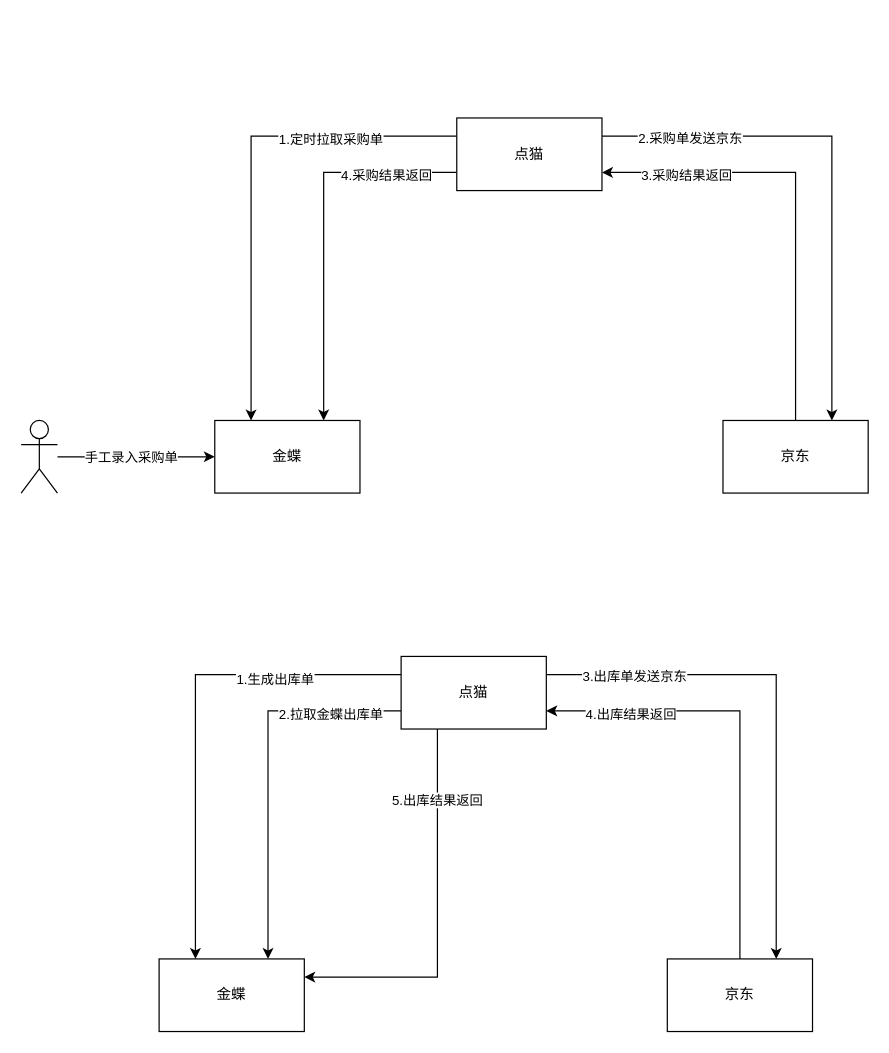
Earlier version of the draw.io diagram kingdee-jd-business.drawio (yindongjun/drawio-2). Source tidied: cells renumbered, new cells numbered last; positions are measured from the earlier drawing's top-left corner, leaving out a move shared by most shapes. Both pictures are drawn from the tidied source at 121%, with x=0, y=0 at pixel (21, 117).
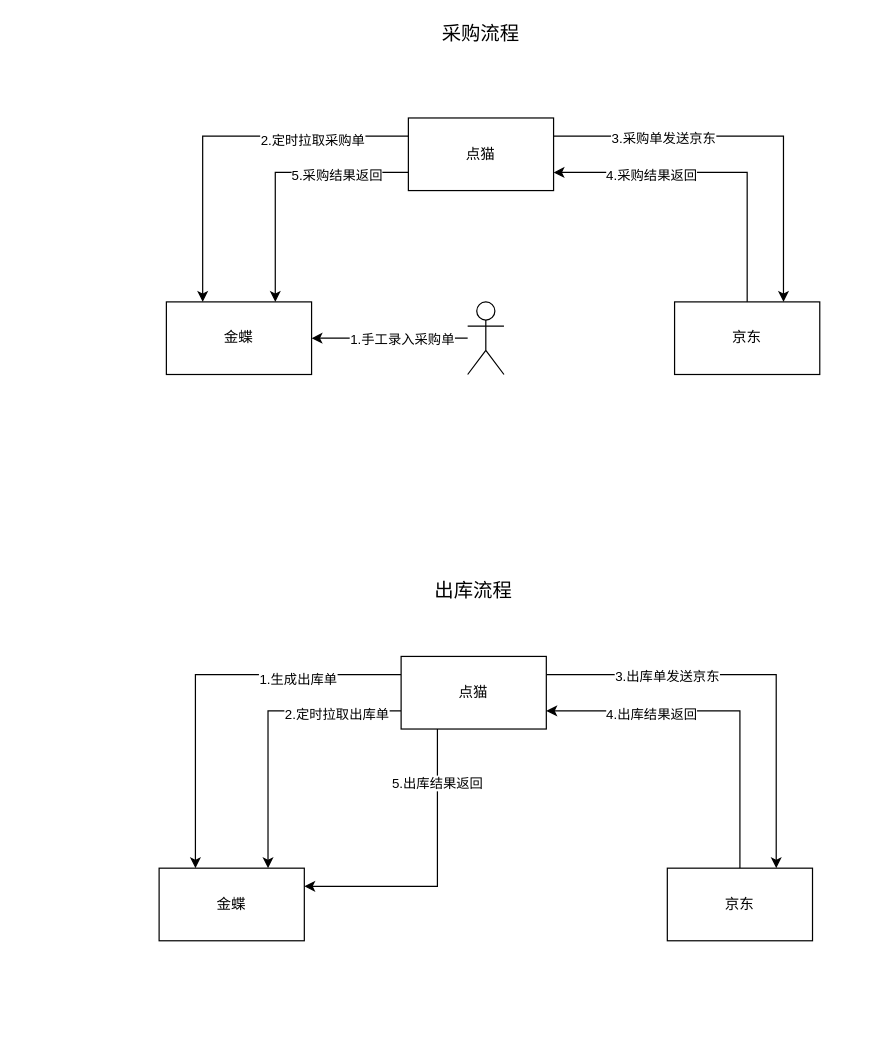
Above is the later version.

The change refers to these unchanged cells:
```xml
<mxCell id="2" style="edgeStyle=orthogonalEdgeStyle;rounded=0;jettySize=auto;html=1;exitX=0;exitY=0.25;exitDx=0;exitDy=0;entryX=0.25;entryY=0;entryDx=0;entryDy=0;" parent="1" edge="1" source="8" target="9">
  <mxGeometry relative="1" as="geometry" />
</mxCell>
<mxCell id="4" style="edgeStyle=orthogonalEdgeStyle;rounded=0;jettySize=auto;html=1;exitX=1;exitY=0.25;exitDx=0;exitDy=0;entryX=0.75;entryY=0;entryDx=0;entryDy=0;" parent="1" edge="1" source="8" target="12">
  <mxGeometry relative="1" as="geometry" />
</mxCell>
<mxCell id="6" style="edgeStyle=orthogonalEdgeStyle;rounded=0;jettySize=auto;html=1;exitX=0;exitY=0.75;exitDx=0;exitDy=0;entryX=0.75;entryY=0;entryDx=0;entryDy=0;" parent="1" edge="1" source="8" target="9">
  <mxGeometry relative="1" as="geometry" />
</mxCell>
<mxCell id="18" style="edgeStyle=orthogonalEdgeStyle;rounded=0;jettySize=auto;html=1;exitX=1;exitY=0.25;exitDx=0;exitDy=0;entryX=0.75;entryY=0;entryDx=0;entryDy=0;" parent="1" edge="1" source="24" target="28">
  <mxGeometry relative="1" as="geometry" />
</mxCell>
<mxCell id="20" style="edgeStyle=orthogonalEdgeStyle;rounded=0;jettySize=auto;html=1;exitX=0;exitY=0.75;exitDx=0;exitDy=0;entryX=0.75;entryY=0;entryDx=0;entryDy=0;" parent="1" edge="1" source="24" target="25">
  <mxGeometry relative="1" as="geometry" />
</mxCell>
<mxCell id="26" style="edgeStyle=orthogonalEdgeStyle;rounded=0;jettySize=auto;html=1;exitX=0.5;exitY=0;exitDx=0;exitDy=0;entryX=1;entryY=0.75;entryDx=0;entryDy=0;" parent="1" edge="1" source="28" target="24">
  <mxGeometry relative="1" as="geometry">
    <Array as="points">
      <mxPoint x="594" y="490" />
    </Array>
  </mxGeometry>
</mxCell>
```

Change to the diagram source:
```diff
@@
-    <mxCell id="3" value="1.定时拉取采购单" style="edgeLabel;html=1;align=center;verticalAlign=middle;" parent="2" vertex="1">
+    <mxCell id="3" value="2.定时拉取采购单" style="edgeLabel;html=1;align=center;verticalAlign=middle;" parent="2" vertex="1">
       <mxGeometry x="-0.48" y="3" relative="1" as="geometry" />
     </mxCell>
@@
-    <mxCell id="5" value="2.采购单发送京东" style="edgeLabel;html=1;align=center;verticalAlign=middle;" parent="4" vertex="1">
-      <mxGeometry x="-0.66" y="-1" relative="1" as="geometry" />
+    <mxCell id="5" value="3.采购单发送京东" style="edgeLabel;html=1;align=center;verticalAlign=middle;" parent="4" vertex="1">
+      <mxGeometry x="-0.66" y="-1" relative="1" as="geometry">
+        <mxPoint x="34" as="offset" />
+      </mxGeometry>
     </mxCell>
@@
-    <mxCell id="7" value="4.采购结果返回" style="edgeLabel;html=1;align=center;verticalAlign=middle;" parent="6" vertex="1">
+    <mxCell id="7" value="5.采购结果返回" style="edgeLabel;html=1;align=center;verticalAlign=middle;" parent="6" vertex="1">
       <mxGeometry x="-0.47" y="2" relative="1" as="geometry">
-        <mxPoint x="24" as="offset" />
+        <mxPoint x="-2" as="offset" />
       </mxGeometry>
     </mxCell>
     <mxCell id="8" value="点猫" style="rounded=0;whiteSpace=wrap;html=1;" parent="1" vertex="1">
-      <mxGeometry x="360" width="120" height="60" as="geometry" />
+      <mxGeometry x="320" width="120" height="60" as="geometry" />
     </mxCell>
     <mxCell id="9" value="金蝶" style="rounded=0;whiteSpace=wrap;html=1;" parent="1" vertex="1">
-      <mxGeometry x="160" y="250" width="120" height="60" as="geometry" />
+      <mxGeometry x="120" y="152" width="120" height="60" as="geometry" />
     </mxCell>
     <mxCell id="10" style="edgeStyle=orthogonalEdgeStyle;rounded=0;jettySize=auto;html=1;exitX=0.5;exitY=0;exitDx=0;exitDy=0;entryX=1;entryY=0.75;entryDx=0;entryDy=0;" parent="1" edge="1" source="12" target="8">
       <mxGeometry relative="1" as="geometry">
         <Array as="points">
-          <mxPoint x="640" y="45" />
+          <mxPoint x="600" y="45" />
         </Array>
       </mxGeometry>
     </mxCell>
-    <mxCell id="11" value="3.采购结果返回" style="edgeLabel;html=1;align=center;verticalAlign=middle;" parent="10" vertex="1">
+    <mxCell id="11" value="4.采购结果返回" style="edgeLabel;html=1;align=center;verticalAlign=middle;" parent="10" vertex="1">
       <mxGeometry x="0.8" y="2" relative="1" as="geometry">
-        <mxPoint x="33" as="offset" />
+        <mxPoint x="53" as="offset" />
       </mxGeometry>
     </mxCell>
     <mxCell id="12" value="京东" style="rounded=0;whiteSpace=wrap;html=1;" parent="1" vertex="1">
-      <mxGeometry x="580" y="250" width="120" height="60" as="geometry" />
+      <mxGeometry x="540" y="152" width="120" height="60" as="geometry" />
     </mxCell>
-    <mxCell id="13" style="edgeStyle=orthogonalEdgeStyle;rounded=0;jettySize=auto;html=1;entryX=0;entryY=0.5;entryDx=0;entryDy=0;" parent="1" edge="1" source="15" target="9">
+    <mxCell id="13" style="edgeStyle=orthogonalEdgeStyle;rounded=0;jettySize=auto;html=1;entryX=1;entryY=0.5;entryDx=0;entryDy=0;" parent="1" edge="1" source="15" target="9">
       <mxGeometry relative="1" as="geometry" />
     </mxCell>
-    <mxCell id="14" value="手工录入采购单" style="edgeLabel;html=1;align=center;verticalAlign=middle;" parent="13" vertex="1">
+    <mxCell id="14" value="1.手工录入采购单" style="edgeLabel;html=1;align=center;verticalAlign=middle;" parent="13" vertex="1">
       <mxGeometry x="-0.4" y="-1" relative="1" as="geometry">
-        <mxPoint x="21" y="-1" as="offset" />
+        <mxPoint x="-16" y="1" as="offset" />
       </mxGeometry>
     </mxCell>
     <mxCell id="15" style="shape=umlActor;verticalLabelPosition=bottom;verticalAlign=top;html=1;" parent="1" vertex="1">
-      <mxGeometry y="250" width="30" height="60" as="geometry" />
+      <mxGeometry x="369" y="152" width="30" height="60" as="geometry" />
     </mxCell>
@@
     <mxCell id="19" value="3.出库单发送京东" style="edgeLabel;html=1;align=center;verticalAlign=middle;" parent="18" vertex="1">
-      <mxGeometry x="-0.66" y="-1" relative="1" as="geometry" />
+      <mxGeometry x="-0.66" y="-1" relative="1" as="geometry">
+        <mxPoint x="40" as="offset" />
+      </mxGeometry>
     </mxCell>
@@
-    <mxCell id="21" value="2.拉取金蝶出库单" style="edgeLabel;html=1;align=center;verticalAlign=middle;" parent="20" vertex="1">
+    <mxCell id="21" value="2.定时拉取出库单" style="edgeLabel;html=1;align=center;verticalAlign=middle;" parent="20" vertex="1">
       <mxGeometry x="-0.47" y="2" relative="1" as="geometry">
-        <mxPoint x="24" as="offset" />
+        <mxPoint x="10" as="offset" />
       </mxGeometry>
     </mxCell>
@@
     <mxCell id="25" value="金蝶" style="rounded=0;whiteSpace=wrap;html=1;" parent="1" vertex="1">
-      <mxGeometry x="114" y="695" width="120" height="60" as="geometry" />
+      <mxGeometry x="114" y="620" width="120" height="60" as="geometry" />
     </mxCell>
@@
     <mxCell id="27" value="4.出库结果返回" style="edgeLabel;html=1;align=center;verticalAlign=middle;" parent="26" vertex="1">
       <mxGeometry x="0.8" y="2" relative="1" as="geometry">
-        <mxPoint x="33" as="offset" />
+        <mxPoint x="57" as="offset" />
       </mxGeometry>
     </mxCell>
     <mxCell id="28" value="京东" style="rounded=0;whiteSpace=wrap;html=1;" parent="1" vertex="1">
-      <mxGeometry x="534" y="695" width="120" height="60" as="geometry" />
+      <mxGeometry x="534" y="620" width="120" height="60" as="geometry" />
     </mxCell>
+    <mxCell id="29" value="采购流程" style="text;html=1;strokeColor=none;fillColor=none;align=center;verticalAlign=middle;whiteSpace=wrap;rounded=0;fontSize=16;" parent="1" vertex="1">
+      <mxGeometry x="337" y="-80" width="86" height="20" as="geometry" />
+    </mxCell>
+    <mxCell id="30" value="出库流程" style="text;html=1;strokeColor=none;fillColor=none;align=center;verticalAlign=middle;whiteSpace=wrap;rounded=0;fontSize=16;" parent="1" vertex="1">
+      <mxGeometry x="336" y="380" width="76" height="20" as="geometry" />
+    </mxCell>
```
